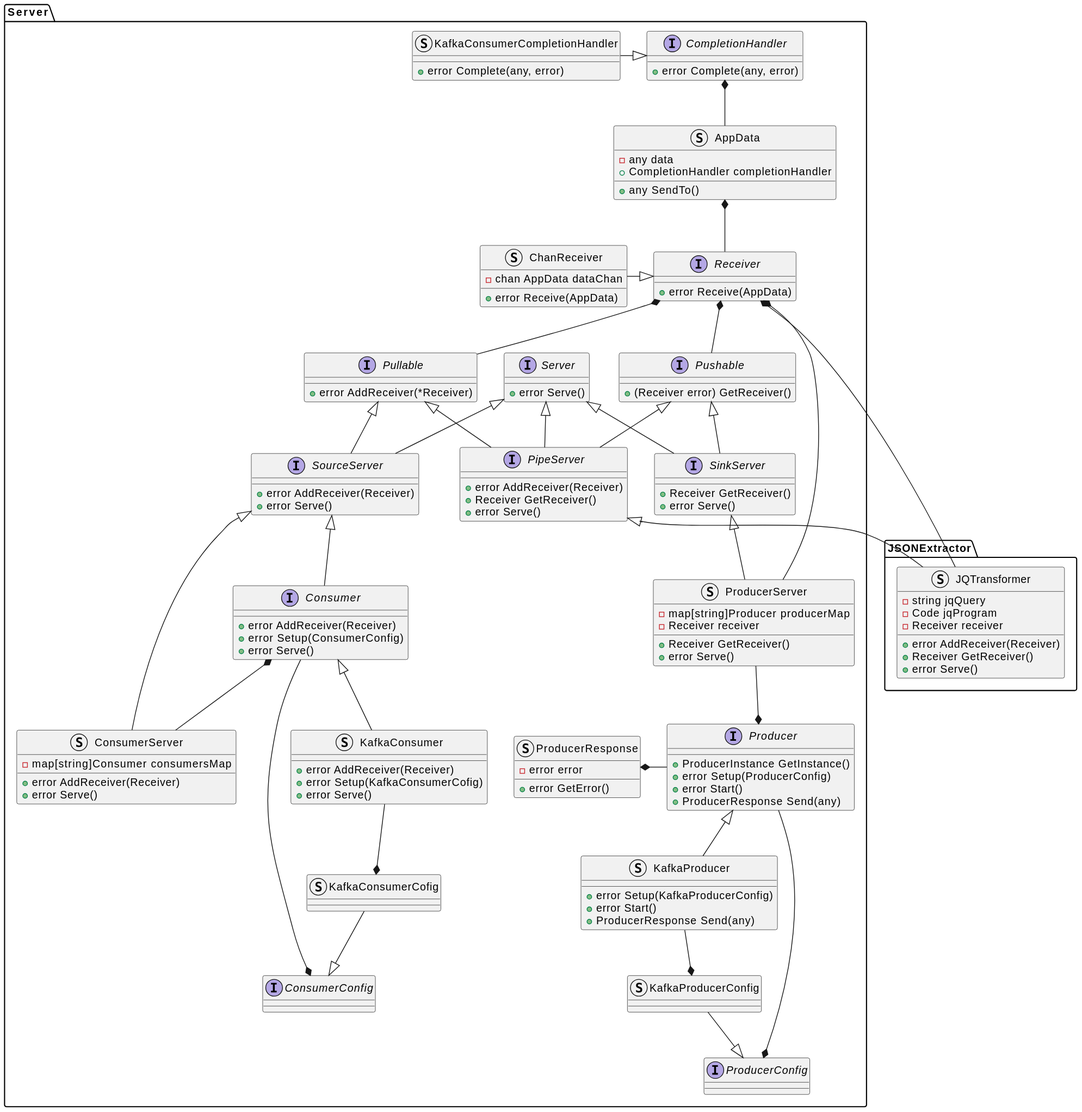
This is docs/design_notes/DN1_JSON_Extractor/class_diagram.svg from xtuml/otel2pv, a PlantUML export, as it was before one commit.
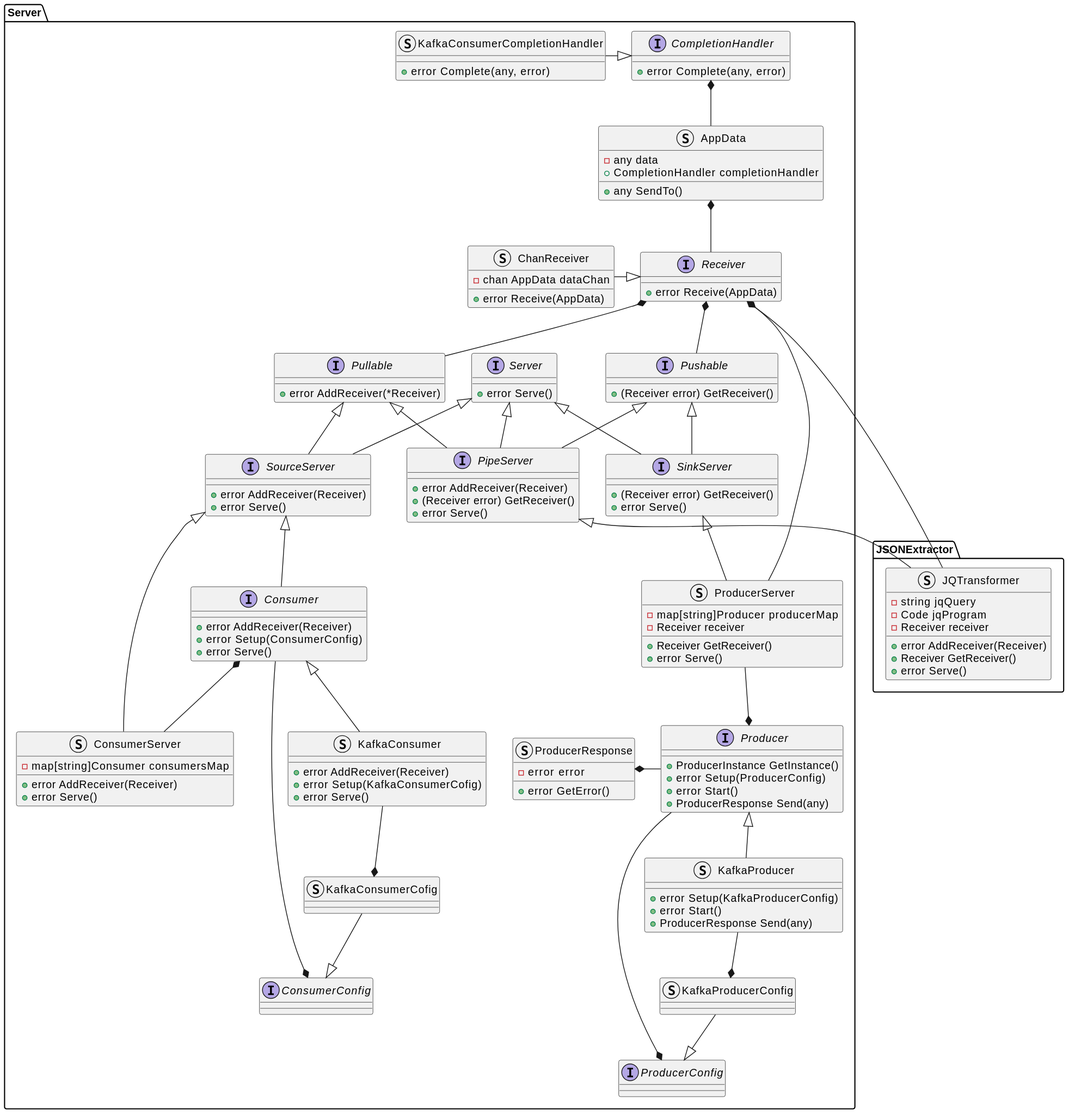
After the change.

What changed in the source:
```diff
@@ -42,12 +42,12 @@
         +error Serve()
     }
     interface SinkServer {
-        +Receiver GetReceiver()
+        +(Receiver error) GetReceiver()
         +error Serve()
     }
     interface PipeServer {
         +error AddReceiver(Receiver)
-        +Receiver GetReceiver()
+        +(Receiver error) GetReceiver()
         +error Serve()
     }
     struct ProducerResponse {
```
